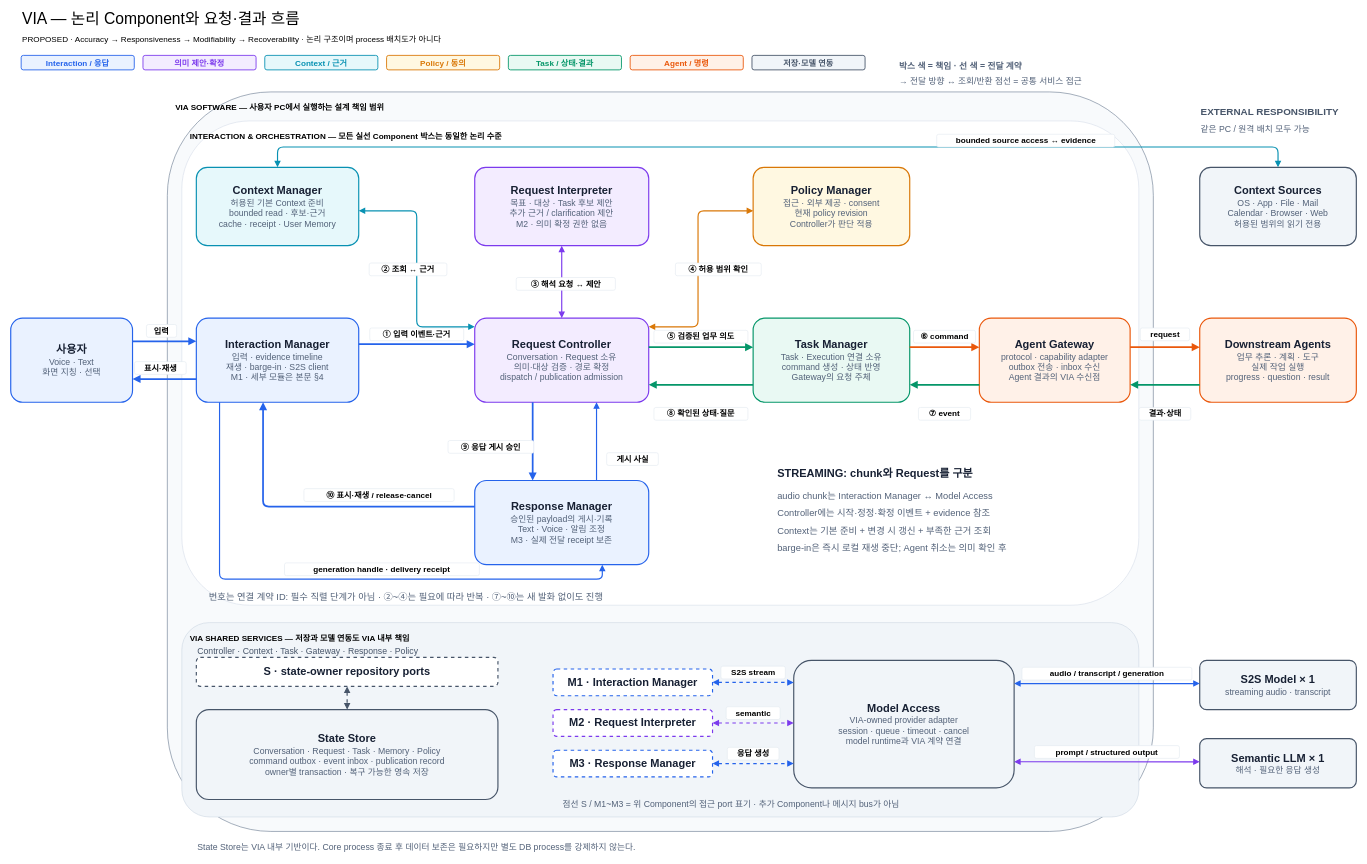
cbyche/via-sw-architecture keeps this draw.io diagram as docs/architecture/12-decisions/target-architecture/diagrams/01-system-overview.drawio. Above is the earlier version. Source tidied: cells renumbered, new cells numbered last; positions are measured from the earlier drawing's top-left corner, leaving out a move shared by most shapes. Both pictures are drawn from the tidied source at 58%, with x=0, y=0 at pixel (10, 10).
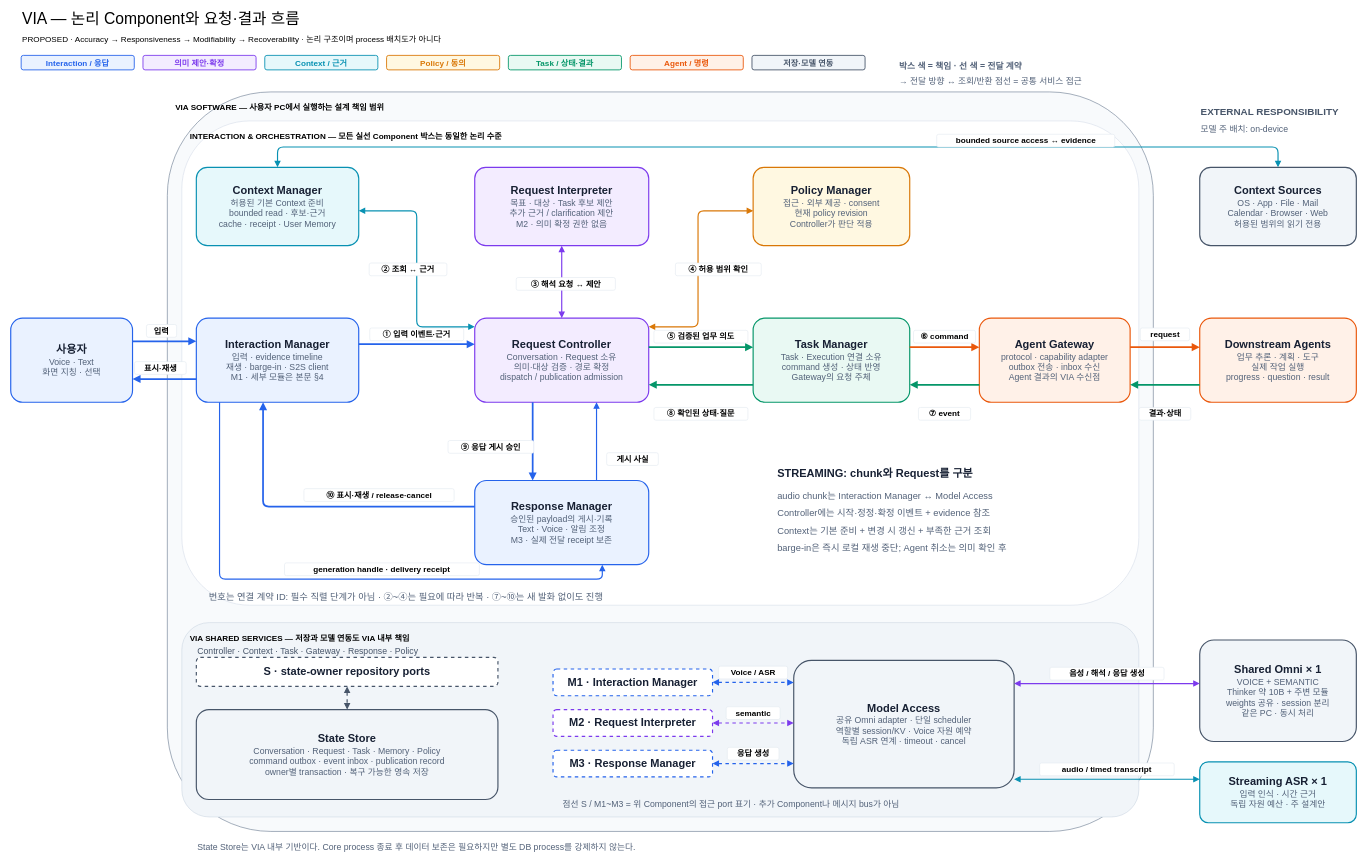
The same page after the edit.

Change to the diagram source:
```diff
@@
-    <mxCell id="21" value="&lt;div style='font-size:19px;font-weight:bold'&gt;Model Access&lt;/div&gt;&lt;div style='font-size:15px;color:#526178'&gt;VIA-owned provider adapter&lt;/div&gt;&lt;div style='font-size:15px;color:#526178'&gt;session · queue · timeout · cancel&lt;/div&gt;&lt;div style='font-size:15px;color:#526178'&gt;model runtime과 VIA 계약 연결&lt;/div&gt;" style="shape=rectangle;rounded=1;whiteSpace=wrap;html=1;fillColor=#F1F5F9;strokeColor=#475569;strokeWidth=2;fontColor=#172033;dashed=0;arcSize=14;spacing=10;" parent="1" vertex="1">
+    <mxCell id="21" value="&lt;div style='font-size:19px;font-weight:bold'&gt;Model Access&lt;/div&gt;&lt;div style='font-size:15px;color:#526178'&gt;공유 Omni adapter · 단일 scheduler&lt;/div&gt;&lt;div style='font-size:15px;color:#526178'&gt;역할별 session/KV · Voice 자원 예약&lt;/div&gt;&lt;div style='font-size:15px;color:#526178'&gt;독립 ASR 연계 · timeout · cancel&lt;/div&gt;" style="shape=rectangle;rounded=1;whiteSpace=wrap;html=1;fillColor=#F1F5F9;strokeColor=#475569;strokeWidth=2;fontColor=#172033;dashed=0;arcSize=14;spacing=10;" parent="1" vertex="1">
       <mxGeometry x="1350" y="1120" width="380" height="220" as="geometry" />
     </mxCell>
-    <mxCell id="22" value="&lt;div style='font-size:19px;font-weight:bold'&gt;S2S Model × 1&lt;/div&gt;&lt;div style='font-size:15px;color:#526178'&gt;streaming audio · transcript&lt;/div&gt;" style="shape=rectangle;rounded=1;whiteSpace=wrap;html=1;fillColor=#F1F5F9;strokeColor=#475569;strokeWidth=2;fontColor=#172033;dashed=0;arcSize=14;spacing=10;" parent="1" vertex="1">
-      <mxGeometry x="2050" y="1120" width="270" height="85" as="geometry" />
-    </mxCell>
-    <mxCell id="23" value="&lt;div style='font-size:19px;font-weight:bold'&gt;Semantic LLM × 1&lt;/div&gt;&lt;div style='font-size:15px;color:#526178'&gt;해석 · 필요한 응답 생성&lt;/div&gt;" style="shape=rectangle;rounded=1;whiteSpace=wrap;html=1;fillColor=#F1F5F9;strokeColor=#475569;strokeWidth=2;fontColor=#172033;dashed=0;arcSize=14;spacing=10;" parent="1" vertex="1">
-      <mxGeometry x="2050" y="1255" width="270" height="85" as="geometry" />
-    </mxCell>
+    <mxCell id="91" value="&lt;div style='font-size:19px;font-weight:bold'&gt;Shared Omni × 1&lt;/div&gt;&lt;div style='font-size:15px;color:#526178'&gt;VOICE + SEMANTIC&lt;/div&gt;&lt;div style='font-size:15px;color:#526178'&gt;Thinker 약 10B + 주변 모듈&lt;/div&gt;&lt;div style='font-size:15px;color:#526178'&gt;weights 공유 · session 분리&lt;/div&gt;&lt;div style='font-size:15px;color:#526178'&gt;같은 PC · 동시 처리&lt;/div&gt;" style="shape=rectangle;rounded=1;whiteSpace=wrap;html=1;fillColor=#F1F5F9;strokeColor=#475569;strokeWidth=2;fontColor=#172033;dashed=0;arcSize=14;spacing=10;" parent="1" vertex="1">
+      <mxGeometry x="2050" y="1085" width="270" height="175" as="geometry" />
+    </mxCell>
+    <mxCell id="92" value="&lt;div style='font-size:19px;font-weight:bold'&gt;Streaming ASR × 1&lt;/div&gt;&lt;div style='font-size:15px;color:#526178'&gt;입력 인식 · 시간 근거&lt;/div&gt;&lt;div style='font-size:15px;color:#526178'&gt;독립 자원 예산 · 주 설계안&lt;/div&gt;" style="shape=rectangle;rounded=1;whiteSpace=wrap;html=1;fillColor=#E6F8FB;strokeColor=#0891B2;strokeWidth=2;fontColor=#172033;dashed=0;arcSize=14;spacing=10;" parent="1" vertex="1">
+      <mxGeometry x="2050" y="1295" width="270" height="105" as="geometry" />
+    </mxCell>
@@
-    <mxCell id="60" value="S2S stream" style="rounded=1;html=1;whiteSpace=wrap;align=center;verticalAlign=middle;fontSize=14;fontStyle=1;fillColor=#FFFFFF;strokeColor=#E2E8F0;" parent="1" vertex="1">
-      <mxGeometry x="1224.5" y="1130" width="111" height="22" as="geometry" />
+    <mxCell id="60" value="Voice / ASR" style="rounded=1;html=1;whiteSpace=wrap;align=center;verticalAlign=middle;fontSize=14;fontStyle=1;fillColor=#FFFFFF;strokeColor=#E2E8F0;" parent="1" vertex="1">
+      <mxGeometry x="1220.5" y="1130" width="119" height="22" as="geometry" />
     </mxCell>
@@
-    <mxCell id="65" style="edgeStyle=none;rounded=1;jettySize=auto;html=1;strokeColor=#2563EB;strokeWidth=2;dashed=0;startArrow=block;startFill=1;endArrow=block;endFill=1;exitX=1.000;exitY=0.182;entryX=0.000;entryY=0.471;exitPerimeter=0;entryPerimeter=0;fontSize=11;labelBackgroundColor=#FFFFFF;" parent="1" edge="1" source="21" target="22">
-      <mxGeometry relative="1" as="geometry" />
-    </mxCell>
-    <mxCell id="66" value="audio / transcript / generation" style="rounded=1;html=1;whiteSpace=wrap;align=center;verticalAlign=middle;fontSize=14;fontStyle=1;fillColor=#FFFFFF;strokeColor=#E2E8F0;" parent="1" vertex="1">
-      <mxGeometry x="1743.5" y="1132" width="293" height="22" as="geometry" />
-    </mxCell>
-    <mxCell id="67" style="edgeStyle=none;rounded=1;jettySize=auto;html=1;strokeColor=#7C3AED;strokeWidth=2;dashed=0;startArrow=block;startFill=1;endArrow=block;endFill=1;exitX=1.000;exitY=0.795;entryX=0.000;entryY=0.471;exitPerimeter=0;entryPerimeter=0;fontSize=11;labelBackgroundColor=#FFFFFF;" parent="1" edge="1" source="21" target="23">
-      <mxGeometry relative="1" as="geometry" />
-    </mxCell>
-    <mxCell id="68" value="prompt / structured output" style="rounded=1;html=1;whiteSpace=wrap;align=center;verticalAlign=middle;fontSize=14;fontStyle=1;fillColor=#FFFFFF;strokeColor=#E2E8F0;" parent="1" vertex="1">
-      <mxGeometry x="1765" y="1267" width="250" height="22" as="geometry" />
-    </mxCell>
+    <mxCell id="93" style="edgeStyle=none;rounded=1;jettySize=auto;html=1;strokeColor=#7C3AED;strokeWidth=2;dashed=0;startArrow=block;startFill=1;endArrow=block;endFill=1;exitX=1.000;exitY=0.182;entryX=0.000;entryY=0.429;exitPerimeter=0;entryPerimeter=0;fontSize=11;labelBackgroundColor=#FFFFFF;" parent="1" edge="1" source="21" target="91">
+      <mxGeometry relative="1" as="geometry" />
+    </mxCell>
+    <mxCell id="94" value="음성 / 해석 / 응답 생성" style="rounded=1;html=1;whiteSpace=wrap;align=center;verticalAlign=middle;fontSize=14;fontStyle=1;fillColor=#FFFFFF;strokeColor=#E2E8F0;" parent="1" vertex="1">
+      <mxGeometry x="1791.5" y="1132" width="197" height="22" as="geometry" />
+    </mxCell>
+    <mxCell id="95" style="edgeStyle=none;rounded=1;jettySize=auto;html=1;strokeColor=#0891B2;strokeWidth=2;dashed=0;startArrow=block;startFill=1;endArrow=block;endFill=1;exitX=1.000;exitY=0.932;entryX=0.000;entryY=0.286;exitPerimeter=0;entryPerimeter=0;fontSize=11;labelBackgroundColor=#FFFFFF;" parent="1" edge="1" source="21" target="92">
+      <mxGeometry relative="1" as="geometry" />
+    </mxCell>
+    <mxCell id="96" value="audio / timed transcript" style="rounded=1;html=1;whiteSpace=wrap;align=center;verticalAlign=middle;fontSize=14;fontStyle=1;fillColor=#FFFFFF;strokeColor=#E2E8F0;" parent="1" vertex="1">
+      <mxGeometry x="1774" y="1297" width="232" height="22" as="geometry" />
+    </mxCell>
@@
-    <mxCell id="70" value="같은 PC / 원격 배치 모두 가능" style="text;html=1;strokeColor=none;fillColor=none;align=left;fontSize=15;fontColor=#526178;fontStyle=0;" parent="1" vertex="1">
-      <mxGeometry x="2050" y="188" width="242" height="27" as="geometry" />
+    <mxCell id="70" value="모델 주 배치: on-device" style="text;html=1;strokeColor=none;fillColor=none;align=left;fontSize=15;fontColor=#526178;fontStyle=0;" parent="1" vertex="1">
+      <mxGeometry x="2050" y="188" width="204" height="27" as="geometry" />
     </mxCell>
```
